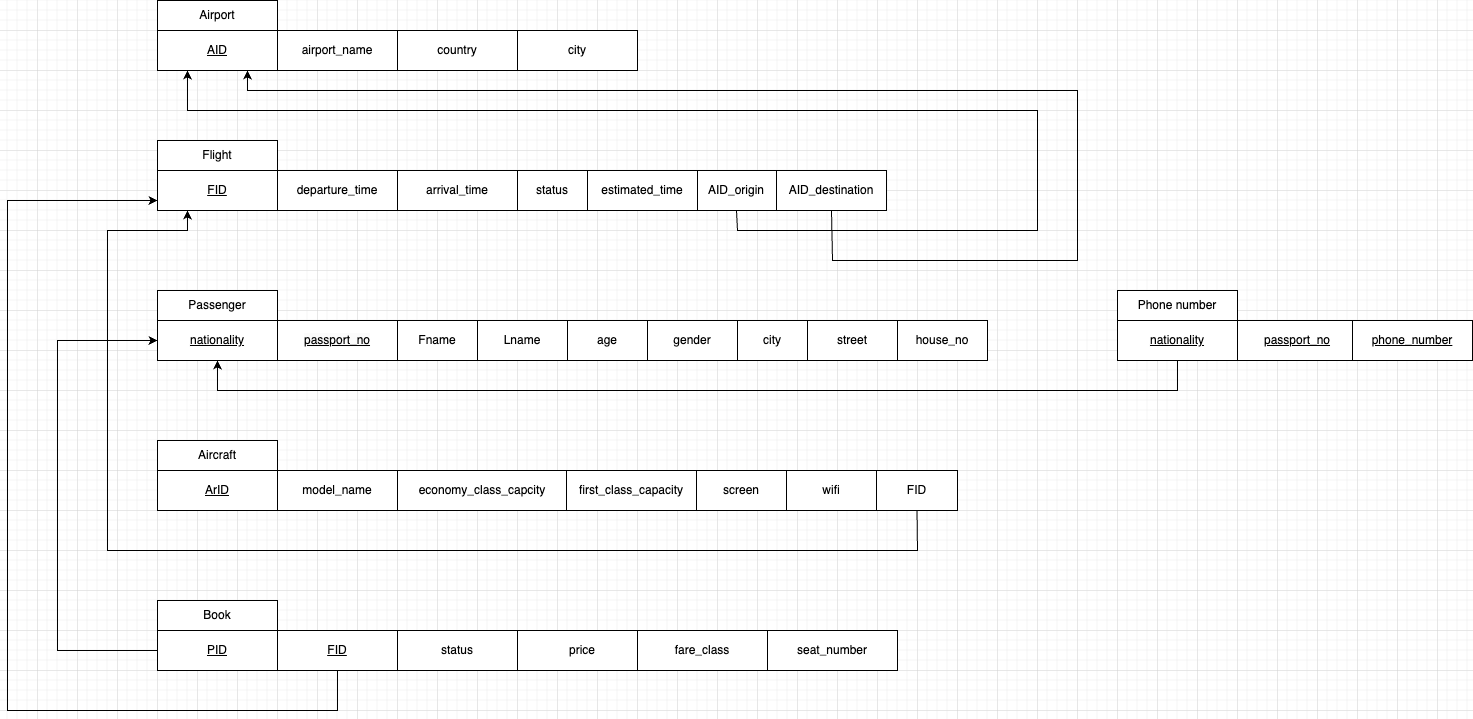
AbdullahKhkmba/Airport-DBMS keeps this draw.io diagram as Relational-shcema.png. Above is the earlier version. Source tidied: cells renumbered, new cells last; positions are measured from the earlier drawing's top-left corner, leaving out a move shared by most shapes.
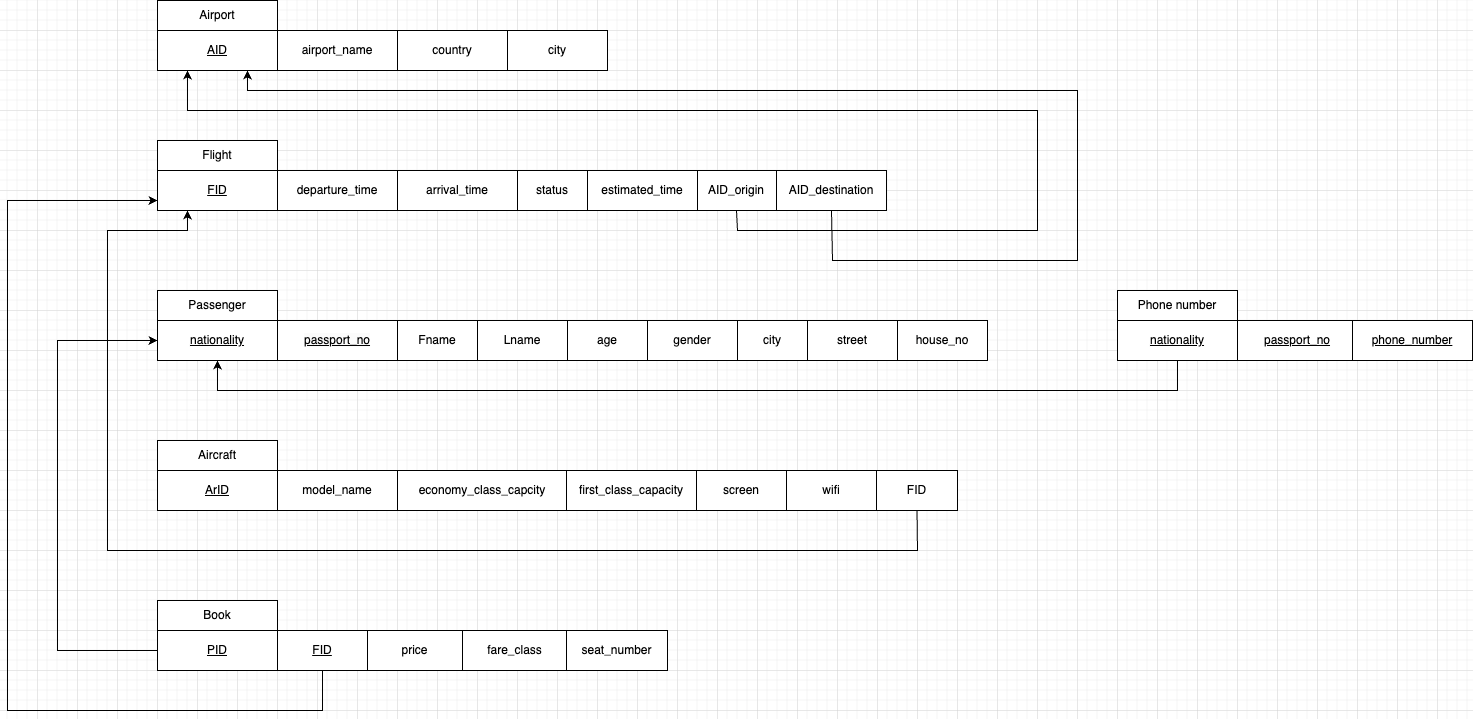
The same file after the commit.

Diff of the diagram source:
```diff
@@ -5,11 +5,11 @@
     <mxCell id="2" value="Airport" style="rounded=0;whiteSpace=wrap;html=1;" parent="1" vertex="1">
       <mxGeometry x="150" width="120" height="30" as="geometry" />
     </mxCell>
-    <mxCell id="3" style="rounded=0;whiteSpace=wrap;html=1;" parent="1" vertex="1">
-      <mxGeometry x="150" y="30" width="480" height="40" as="geometry" />
-    </mxCell>
-    <mxCell id="4" style="edgeStyle=orthogonalEdgeStyle;rounded=0;orthogonalLoop=1;jettySize=auto;html=1;exitX=0.5;exitY=1;exitDx=0;exitDy=0;" parent="1" edge="1" source="3" target="3">
-      <mxGeometry relative="1" as="geometry" />
+    <mxCell id="4" style="edgeStyle=orthogonalEdgeStyle;rounded=0;orthogonalLoop=1;jettySize=auto;html=1;exitX=0.5;exitY=1;exitDx=0;exitDy=0;" parent="1" edge="1">
+      <mxGeometry relative="1" as="geometry">
+        <mxPoint x="390" y="70" as="sourcePoint" />
+        <mxPoint x="390" y="70" as="targetPoint" />
+      </mxGeometry>
     </mxCell>
     <mxCell id="5" value="&lt;u&gt;AID&lt;/u&gt;" style="rounded=0;whiteSpace=wrap;html=1;" parent="1" vertex="1">
       <mxGeometry x="150" y="30" width="120" height="40" as="geometry" />
@@ -18,10 +18,10 @@
       <mxGeometry x="270" y="30" width="120" height="40" as="geometry" />
     </mxCell>
     <mxCell id="7" value="country" style="rounded=0;whiteSpace=wrap;html=1;" parent="1" vertex="1">
-      <mxGeometry x="390" y="30" width="120" height="40" as="geometry" />
+      <mxGeometry x="390" y="30" width="110" height="40" as="geometry" />
     </mxCell>
     <mxCell id="8" value="city" style="rounded=0;whiteSpace=wrap;html=1;" parent="1" vertex="1">
-      <mxGeometry x="510" y="30" width="120" height="40" as="geometry" />
+      <mxGeometry x="500" y="30" width="100" height="40" as="geometry" />
     </mxCell>
     <mxCell id="9" value="Flight" style="rounded=0;whiteSpace=wrap;html=1;" parent="1" vertex="1">
       <mxGeometry x="150" y="140" width="120" height="30" as="geometry" />
@@ -134,29 +134,26 @@
     <mxCell id="41" value="Book" style="rounded=0;whiteSpace=wrap;html=1;" parent="1" vertex="1">
       <mxGeometry x="150" y="600" width="120" height="30" as="geometry" />
     </mxCell>
-    <mxCell id="42" style="rounded=0;whiteSpace=wrap;html=1;" parent="1" vertex="1">
-      <mxGeometry x="150" y="630" width="740" height="40" as="geometry" />
-    </mxCell>
-    <mxCell id="43" style="edgeStyle=orthogonalEdgeStyle;rounded=0;orthogonalLoop=1;jettySize=auto;html=1;exitX=0.5;exitY=1;exitDx=0;exitDy=0;" parent="1" edge="1" source="42" target="42">
-      <mxGeometry relative="1" as="geometry" />
+    <mxCell id="43" style="edgeStyle=orthogonalEdgeStyle;rounded=0;orthogonalLoop=1;jettySize=auto;html=1;exitX=0.5;exitY=1;exitDx=0;exitDy=0;" parent="1" edge="1">
+      <mxGeometry relative="1" as="geometry">
+        <mxPoint x="520" y="670" as="sourcePoint" />
+        <mxPoint x="520" y="670" as="targetPoint" />
+      </mxGeometry>
     </mxCell>
     <mxCell id="44" value="&lt;u&gt;PID&lt;/u&gt;" style="rounded=0;whiteSpace=wrap;html=1;" parent="1" vertex="1">
       <mxGeometry x="150" y="630" width="120" height="40" as="geometry" />
     </mxCell>
     <mxCell id="45" value="&lt;u&gt;FID&lt;/u&gt;" style="rounded=0;whiteSpace=wrap;html=1;" parent="1" vertex="1">
-      <mxGeometry x="270" y="630" width="120" height="40" as="geometry" />
+      <mxGeometry x="270" y="630" width="90" height="40" as="geometry" />
     </mxCell>
-    <mxCell id="46" value="status" style="rounded=0;whiteSpace=wrap;html=1;" parent="1" vertex="1">
-      <mxGeometry x="390" y="630" width="120" height="40" as="geometry" />
-    </mxCell>
     <mxCell id="47" value="price" style="rounded=0;whiteSpace=wrap;html=1;" parent="1" vertex="1">
-      <mxGeometry x="510" y="630" width="130" height="40" as="geometry" />
+      <mxGeometry x="360" y="630" width="95" height="40" as="geometry" />
     </mxCell>
     <mxCell id="48" value="fare_class" style="rounded=0;whiteSpace=wrap;html=1;" parent="1" vertex="1">
-      <mxGeometry x="630" y="630" width="130" height="40" as="geometry" />
+      <mxGeometry x="455" y="630" width="105" height="40" as="geometry" />
     </mxCell>
     <mxCell id="49" value="seat_number" style="rounded=0;whiteSpace=wrap;html=1;" parent="1" vertex="1">
-      <mxGeometry x="760" y="630" width="130" height="40" as="geometry" />
+      <mxGeometry x="559" y="630" width="101" height="40" as="geometry" />
     </mxCell>
     <mxCell id="50" style="endArrow=classic;html=1;rounded=0;exitX=0;exitY=0.5;exitDx=0;exitDy=0;entryX=0;entryY=0.5;entryDx=0;entryDy=0;" parent="1" edge="1" source="44" target="18">
       <mxGeometry relative="1" as="geometry">
@@ -169,7 +166,7 @@
     <mxCell id="51" style="endArrow=classic;html=1;rounded=0;entryX=0;entryY=0.75;entryDx=0;entryDy=0;exitX=0.5;exitY=1;exitDx=0;exitDy=0;" parent="1" edge="1" source="45" target="12">
       <mxGeometry relative="1" as="geometry">
         <Array as="points">
-          <mxPoint x="330" y="710" />
+          <mxPoint x="315" y="710" />
           <mxPoint y="710" />
           <mxPoint y="200" />
         </Array>
```
